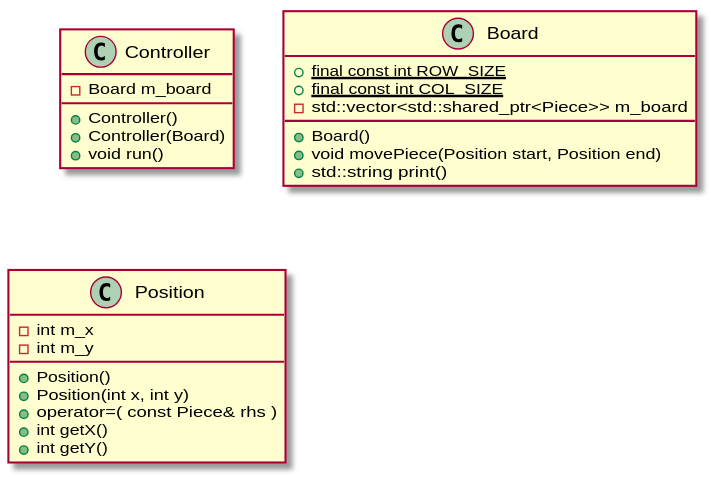
This is docs/resources/mainClassDiagram.svg from blahs15/chess, a PlantUML export, as it was before one commit. Its diagram source:
```plantuml
@startuml mainClassDiagram
class Controller {
  + Controller()
  + Controller(Board)
  + void run()
  - Board m_board
}

class Board {
  + Board()
  + void movePiece(Position start, Position end)
  + std::string print()
  + {static} final const int ROW_SIZE
  + {static} final const int COL_SIZE
  - std::vector<std::shared_ptr<Piece>> m_board
}

class Position {
  + Position()
  + Position(int x, int y)
  + operator=( const Piece& rhs )
  + int getX()
  + int getY()
  - int m_x
  - int m_y
}
@enduml
```
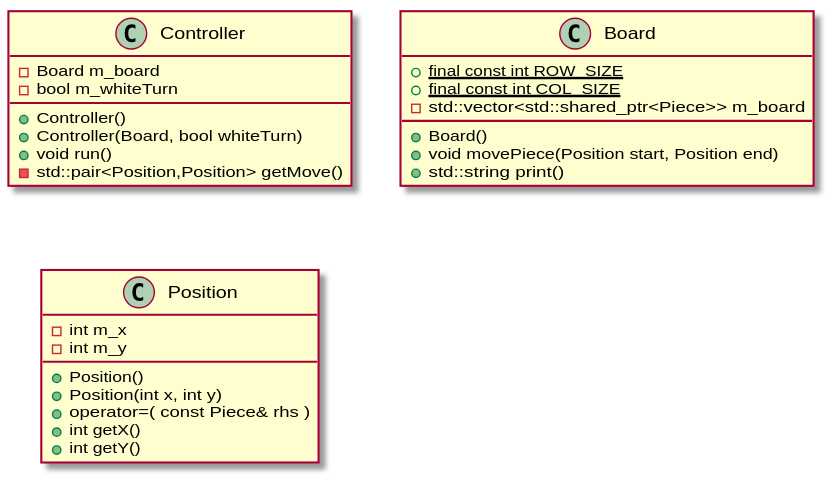
Above is the later version.

Commit message:
update seq diagram

Diff of the diagram source:
```diff
@@ -1,9 +1,11 @@
 @startuml mainClassDiagram
 class Controller {
   + Controller()
-  + Controller(Board)
+  + Controller(Board, bool whiteTurn)
   + void run()
+  - std::pair<Position,Position> getMove()
   - Board m_board
+  - bool m_whiteTurn
 }
 
 class Board {
```
